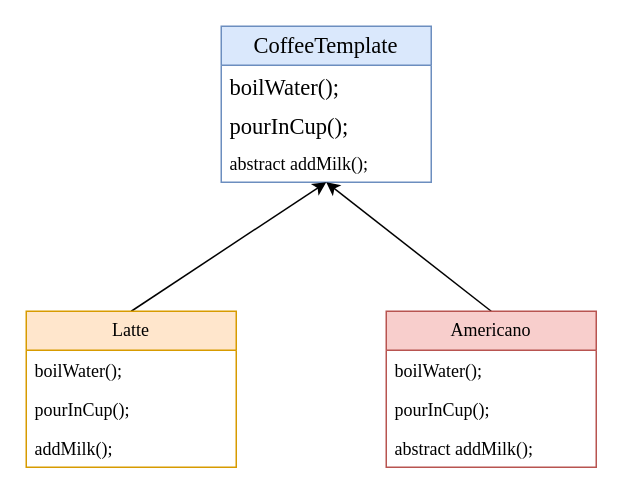
This is DrawIO_file/流程图/模版方法模式.drawio from DingDongZz/typera_PicGO, a draw.io file, before an edit. Source tidied: cells renumbered, new cells numbered last; positions are measured from the earlier drawing's top-left corner, leaving out a move shared by most shapes. Both pictures are drawn from the tidied source at 150%, with x=0, y=0 at pixel (26, 26).
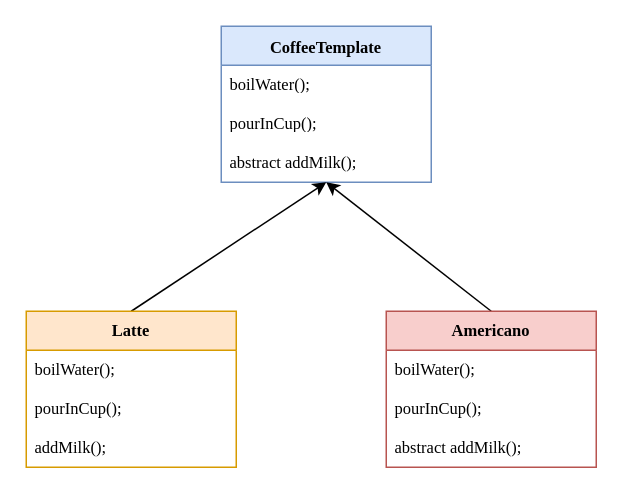
The same diagram, later.

Commit message (it also covers changes not shown here):
更新模版方法模式.drawio

What changed in the source:
```diff
@@
 <mxGraphModel>
   <root>
     <mxCell id="0" />
     <mxCell id="1" parent="0" />
-    <mxCell id="2" value="&lt;p style=&quot;margin: 0px; font-variant-numeric: normal; font-variant-east-asian: normal; font-variant-alternates: normal; font-size-adjust: none; font-kerning: auto; font-optical-sizing: auto; font-feature-settings: normal; font-variation-settings: normal; font-variant-position: normal; font-variant-emoji: normal; font-stretch: normal; font-size: 15px; line-height: normal; text-align: start;&quot; class=&quot;p1&quot;&gt;CoffeeTemplate&lt;/p&gt;" style="swimlane;fontStyle=0;horizontal=1;startSize=26;fillColor=#dae8fc;whiteSpace=wrap;html=1;fontFamily=Times New Roman;strokeColor=#6c8ebf;" parent="1" vertex="1">
+    <mxCell id="2" value="&lt;p class=&quot;p1&quot; style=&quot;margin: 0px; font-variant-numeric: normal; font-variant-east-asian: normal; font-variant-alternates: normal; font-size-adjust: none; font-kerning: auto; font-optical-sizing: auto; font-feature-settings: normal; font-variation-settings: normal; font-variant-position: normal; font-variant-emoji: normal; font-stretch: normal; line-height: normal; text-align: start;&quot;&gt;&lt;b&gt;CoffeeTemplate&lt;/b&gt;&lt;/p&gt;" style="swimlane;fontStyle=0;horizontal=1;startSize=26;fillColor=#dae8fc;whiteSpace=wrap;html=1;fontFamily=Times New Roman;strokeColor=#6c8ebf;fontSize=11;" parent="1" vertex="1">
       <mxGeometry x="130" width="140" height="104" as="geometry" />
     </mxCell>
-    <mxCell id="3" value="&lt;p style=&quot;margin: 0px; font-variant-numeric: normal; font-variant-east-asian: normal; font-variant-alternates: normal; font-size-adjust: none; font-kerning: auto; font-optical-sizing: auto; font-feature-settings: normal; font-variation-settings: normal; font-variant-position: normal; font-variant-emoji: normal; font-stretch: normal; font-size: 15px; line-height: normal;&quot; class=&quot;p1&quot;&gt;boilWater();&lt;/p&gt;" style="text;strokeColor=none;fillColor=none;align=left;verticalAlign=top;spacingLeft=4;spacingRight=4;overflow=hidden;whiteSpace=wrap;html=1;fontColor=default;fontFamily=Times New Roman;" parent="2" vertex="1">
+    <mxCell id="3" value="&lt;p class=&quot;p1&quot; style=&quot;margin: 0px; font-variant-numeric: normal; font-variant-east-asian: normal; font-variant-alternates: normal; font-size-adjust: none; font-kerning: auto; font-optical-sizing: auto; font-feature-settings: normal; font-variation-settings: normal; font-variant-position: normal; font-variant-emoji: normal; font-stretch: normal; line-height: normal;&quot;&gt;boilWater();&lt;/p&gt;" style="text;strokeColor=none;fillColor=none;align=left;verticalAlign=top;spacingLeft=4;spacingRight=4;overflow=hidden;whiteSpace=wrap;html=1;fontColor=default;fontFamily=Times New Roman;fontSize=11;" parent="2" vertex="1">
       <mxGeometry y="26" width="140" height="26" as="geometry" />
     </mxCell>
-    <mxCell id="4" value="&lt;p style=&quot;margin: 0px; font-variant-numeric: normal; font-variant-east-asian: normal; font-variant-alternates: normal; font-size-adjust: none; font-kerning: auto; font-optical-sizing: auto; font-feature-settings: normal; font-variation-settings: normal; font-variant-position: normal; font-variant-emoji: normal; font-stretch: normal; font-size: 15px; line-height: normal;&quot; class=&quot;p1&quot;&gt;pourInCup();&lt;/p&gt;" style="text;strokeColor=none;fillColor=none;align=left;verticalAlign=top;spacingLeft=4;spacingRight=4;overflow=hidden;whiteSpace=wrap;html=1;fontColor=default;fontFamily=Times New Roman;" parent="2" vertex="1">
+    <mxCell id="4" value="&lt;p class=&quot;p1&quot; style=&quot;margin: 0px; font-variant-numeric: normal; font-variant-east-asian: normal; font-variant-alternates: normal; font-size-adjust: none; font-kerning: auto; font-optical-sizing: auto; font-feature-settings: normal; font-variation-settings: normal; font-variant-position: normal; font-variant-emoji: normal; font-stretch: normal; line-height: normal;&quot;&gt;pourInCup();&lt;/p&gt;" style="text;strokeColor=none;fillColor=none;align=left;verticalAlign=top;spacingLeft=4;spacingRight=4;overflow=hidden;whiteSpace=wrap;html=1;fontColor=default;fontFamily=Times New Roman;fontSize=11;" parent="2" vertex="1">
       <mxGeometry y="52" width="140" height="26" as="geometry" />
     </mxCell>
-    <mxCell id="5" value="abstract addMilk();" style="text;strokeColor=none;fillColor=none;align=left;verticalAlign=top;spacingLeft=4;spacingRight=4;overflow=hidden;whiteSpace=wrap;html=1;fontColor=default;fontFamily=Times New Roman;" parent="2" vertex="1">
+    <mxCell id="5" value="abstract addMilk();" style="text;strokeColor=none;fillColor=none;align=left;verticalAlign=top;spacingLeft=4;spacingRight=4;overflow=hidden;whiteSpace=wrap;html=1;fontColor=default;fontFamily=Times New Roman;fontSize=11;" parent="2" vertex="1">
       <mxGeometry y="78" width="140" height="26" as="geometry" />
     </mxCell>
-    <mxCell id="6" style="rounded=0;jettySize=auto;html=1;entryX=0.5;entryY=1;entryDx=0;entryDy=0;exitX=0.5;exitY=0;exitDx=0;exitDy=0;fontColor=default;fontFamily=Times New Roman;" parent="1" edge="1" source="7" target="2">
+    <mxCell id="6" style="rounded=0;jettySize=auto;html=1;entryX=0.5;entryY=1;entryDx=0;entryDy=0;exitX=0.5;exitY=0;exitDx=0;exitDy=0;fontColor=default;fontFamily=Times New Roman;fontSize=11;" parent="1" edge="1" source="7" target="2">
       <mxGeometry relative="1" as="geometry" />
     </mxCell>
-    <mxCell id="7" value="Latte" style="swimlane;fontStyle=0;horizontal=1;startSize=26;fillColor=#ffe6cc;whiteSpace=wrap;html=1;fontFamily=Times New Roman;strokeColor=#d79b00;" parent="1" vertex="1">
+    <mxCell id="7" value="&lt;b&gt;Latte&lt;/b&gt;" style="swimlane;fontStyle=0;horizontal=1;startSize=26;fillColor=#ffe6cc;whiteSpace=wrap;html=1;fontFamily=Times New Roman;strokeColor=#d79b00;fontSize=11;" parent="1" vertex="1">
       <mxGeometry y="190" width="140" height="104" as="geometry" />
     </mxCell>
-    <mxCell id="8" value="boilWater();" style="text;strokeColor=none;fillColor=none;align=left;verticalAlign=top;spacingLeft=4;spacingRight=4;overflow=hidden;whiteSpace=wrap;html=1;fontColor=default;fontFamily=Times New Roman;" parent="7" vertex="1">
+    <mxCell id="8" value="boilWater();" style="text;strokeColor=none;fillColor=none;align=left;verticalAlign=top;spacingLeft=4;spacingRight=4;overflow=hidden;whiteSpace=wrap;html=1;fontColor=default;fontFamily=Times New Roman;fontSize=11;" parent="7" vertex="1">
       <mxGeometry y="26" width="140" height="26" as="geometry" />
     </mxCell>
-    <mxCell id="9" value="pourInCup();" style="text;strokeColor=none;fillColor=none;align=left;verticalAlign=top;spacingLeft=4;spacingRight=4;overflow=hidden;whiteSpace=wrap;html=1;fontColor=default;fontFamily=Times New Roman;" parent="7" vertex="1">
+    <mxCell id="9" value="pourInCup();" style="text;strokeColor=none;fillColor=none;align=left;verticalAlign=top;spacingLeft=4;spacingRight=4;overflow=hidden;whiteSpace=wrap;html=1;fontColor=default;fontFamily=Times New Roman;fontSize=11;" parent="7" vertex="1">
       <mxGeometry y="52" width="140" height="26" as="geometry" />
     </mxCell>
-    <mxCell id="10" value="addMilk();" style="text;strokeColor=none;fillColor=none;align=left;verticalAlign=top;spacingLeft=4;spacingRight=4;overflow=hidden;whiteSpace=wrap;html=1;fontColor=default;fontFamily=Times New Roman;" parent="7" vertex="1">
+    <mxCell id="10" value="addMilk();" style="text;strokeColor=none;fillColor=none;align=left;verticalAlign=top;spacingLeft=4;spacingRight=4;overflow=hidden;whiteSpace=wrap;html=1;fontColor=default;fontFamily=Times New Roman;fontSize=11;" parent="7" vertex="1">
       <mxGeometry y="78" width="140" height="26" as="geometry" />
     </mxCell>
-    <mxCell id="11" style="rounded=0;jettySize=auto;html=1;entryX=0.5;entryY=1;entryDx=0;entryDy=0;exitX=0.5;exitY=0;exitDx=0;exitDy=0;fontColor=default;fontFamily=Times New Roman;" parent="1" edge="1" source="12" target="2">
+    <mxCell id="11" style="rounded=0;jettySize=auto;html=1;entryX=0.5;entryY=1;entryDx=0;entryDy=0;exitX=0.5;exitY=0;exitDx=0;exitDy=0;fontColor=default;fontFamily=Times New Roman;fontSize=11;" parent="1" edge="1" source="12" target="2">
       <mxGeometry relative="1" as="geometry" />
     </mxCell>
-    <mxCell id="12" value="Americano" style="swimlane;fontStyle=0;horizontal=1;startSize=26;fillColor=#f8cecc;whiteSpace=wrap;html=1;fontFamily=Times New Roman;strokeColor=#b85450;" parent="1" vertex="1">
+    <mxCell id="12" value="&lt;b&gt;Americano&lt;/b&gt;" style="swimlane;fontStyle=0;horizontal=1;startSize=26;fillColor=#f8cecc;whiteSpace=wrap;html=1;fontFamily=Times New Roman;strokeColor=#b85450;fontSize=11;" parent="1" vertex="1">
       <mxGeometry x="240" y="190" width="140" height="104" as="geometry" />
     </mxCell>
-    <mxCell id="13" value="boilWater();" style="text;strokeColor=none;fillColor=none;align=left;verticalAlign=top;spacingLeft=4;spacingRight=4;overflow=hidden;whiteSpace=wrap;html=1;fontColor=default;fontFamily=Times New Roman;" parent="12" vertex="1">
+    <mxCell id="13" value="boilWater();" style="text;strokeColor=none;fillColor=none;align=left;verticalAlign=top;spacingLeft=4;spacingRight=4;overflow=hidden;whiteSpace=wrap;html=1;fontColor=default;fontFamily=Times New Roman;fontSize=11;" parent="12" vertex="1">
       <mxGeometry y="26" width="140" height="26" as="geometry" />
     </mxCell>
-    <mxCell id="14" value="pourInCup();" style="text;strokeColor=none;fillColor=none;align=left;verticalAlign=top;spacingLeft=4;spacingRight=4;overflow=hidden;whiteSpace=wrap;html=1;fontColor=default;fontFamily=Times New Roman;" parent="12" vertex="1">
+    <mxCell id="14" value="pourInCup();" style="text;strokeColor=none;fillColor=none;align=left;verticalAlign=top;spacingLeft=4;spacingRight=4;overflow=hidden;whiteSpace=wrap;html=1;fontColor=default;fontFamily=Times New Roman;fontSize=11;" parent="12" vertex="1">
       <mxGeometry y="52" width="140" height="26" as="geometry" />
     </mxCell>
-    <mxCell id="15" value="abstract addMilk();" style="text;strokeColor=none;fillColor=none;align=left;verticalAlign=top;spacingLeft=4;spacingRight=4;overflow=hidden;whiteSpace=wrap;html=1;fontColor=default;fontFamily=Times New Roman;" parent="12" vertex="1">
+    <mxCell id="15" value="abstract addMilk();" style="text;strokeColor=none;fillColor=none;align=left;verticalAlign=top;spacingLeft=4;spacingRight=4;overflow=hidden;whiteSpace=wrap;html=1;fontColor=default;fontFamily=Times New Roman;fontSize=11;" parent="12" vertex="1">
       <mxGeometry y="78" width="140" height="26" as="geometry" />
     </mxCell>
   </root>
 </mxGraphModel>
```
